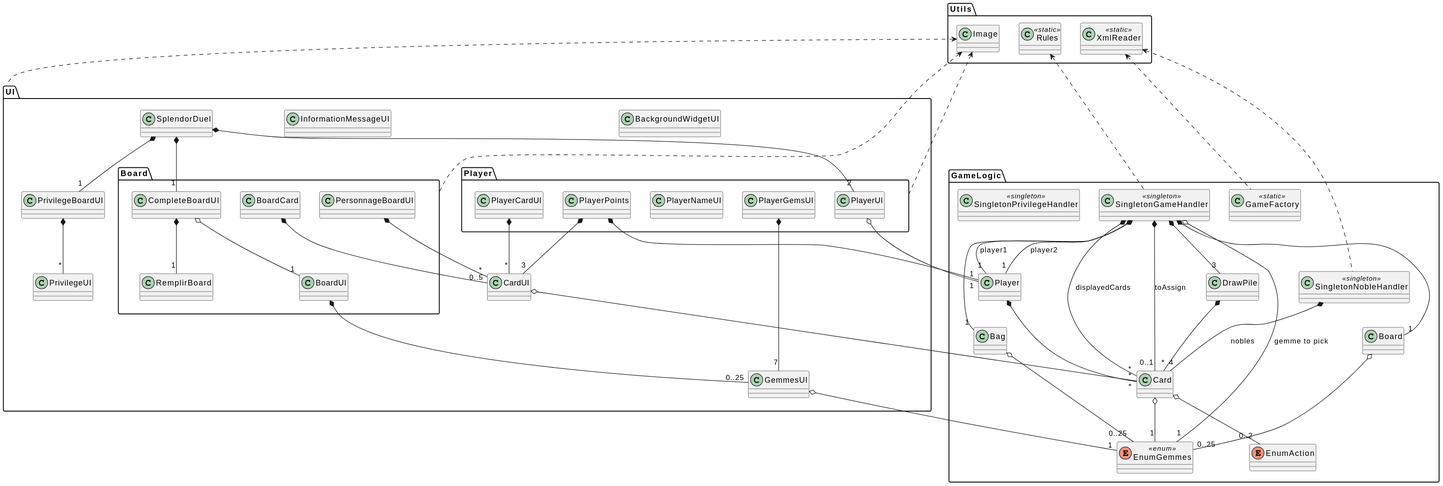
This is mcd.svg from AI22-Splendor/Splendor_DUEL, a PlantUML export, as it was before one commit. The source it was exported from:
```plantuml
@startuml
package "GameLogic" {
    enum EnumAction { }
    class Board { }
    class Bag { }
    class Card { }
    class DrawPile { }
    class GameFactory << static >> { }
    class SingletonGameHandler << singleton >> { }
    enum EnumGemmes << enum >> { }
    class SingletonNobleHandler << singleton >> { }
    class Player { }
    class SingletonPrivilegeHandler << singleton >> { }
}

package "Utils" {
    class Image { }
    class Rules << static >> { }
    class XmlReader << static >> { }
}

package "UI" {
    class BackgroundWidgetUI { }
    class CardUI { }
    class GemmesUI { }
    class InformationMessageUI { }
    class PrivilegeBoardUI { }
    class PrivilegeUI { }
    class SplendorDuel { }

    package "Board" {
        class BoardCard { }
        class BoardUI { }
        class CompleteBoardUI { }
        class PersonnageBoardUI { }
        class RemplirBoard { }
    }

    package "Player" {
        class PlayerCardUI { }
        class PlayerGemsUI { }
        class PlayerNameUI { }
        class PlayerPoints { }
        class PlayerUI { }
    }
}

Bag o-- "0..25" EnumGemmes

GameLogic.Board o-- "0..25" EnumGemmes

Card o-- "1" EnumGemmes
Card o-- "0..2" EnumAction

DrawPile *-- "*" Card

SingletonGameHandler *-- "1" Bag
SingletonGameHandler *-- "1" GameLogic.Board
SingletonGameHandler *-- "3" DrawPile
SingletonGameHandler *-- "*" Card : displayedCards
SingletonGameHandler *-- "0..1" Card : toAssign
SingletonGameHandler *-- "1" GameLogic.Player : player1
SingletonGameHandler *-- "1" GameLogic.Player : player2
SingletonGameHandler o-- "1" EnumGemmes : gemme to pick

SingletonNobleHandler *-- "4" Card : nobles

GameLogic.Player *-- "*" Card

CardUI o-- "*" Card

GemmesUI o-- "1" EnumGemmes

PrivilegeBoardUI *-- "*" PrivilegeUI

SplendorDuel *-- "1" CompleteBoardUI
SplendorDuel *-- "2" PlayerUI
SplendorDuel *-- "1" PrivilegeBoardUI

BoardCard *-- "0..5" CardUI

BoardUI *-- "0..25" GemmesUI

CompleteBoardUI o-- "1" BoardUI
CompleteBoardUI *-- "1" RemplirBoard

PersonnageBoardUI *-- "*" CardUI

PlayerCardUI *-- "*" CardUI

PlayerGemsUI *-- "7" GemmesUI

PlayerPoints *-- "3" CardUI
PlayerPoints *-- "1" GameLogic.Player

PlayerUI o-- "1" GameLogic.Player

Image <.. UI
Image <.. UI.Board
Image <.. UI.Player

Rules <.. SingletonGameHandler

XmlReader <.. SingletonNobleHandler
XmlReader <.. GameFactory
@enduml
```
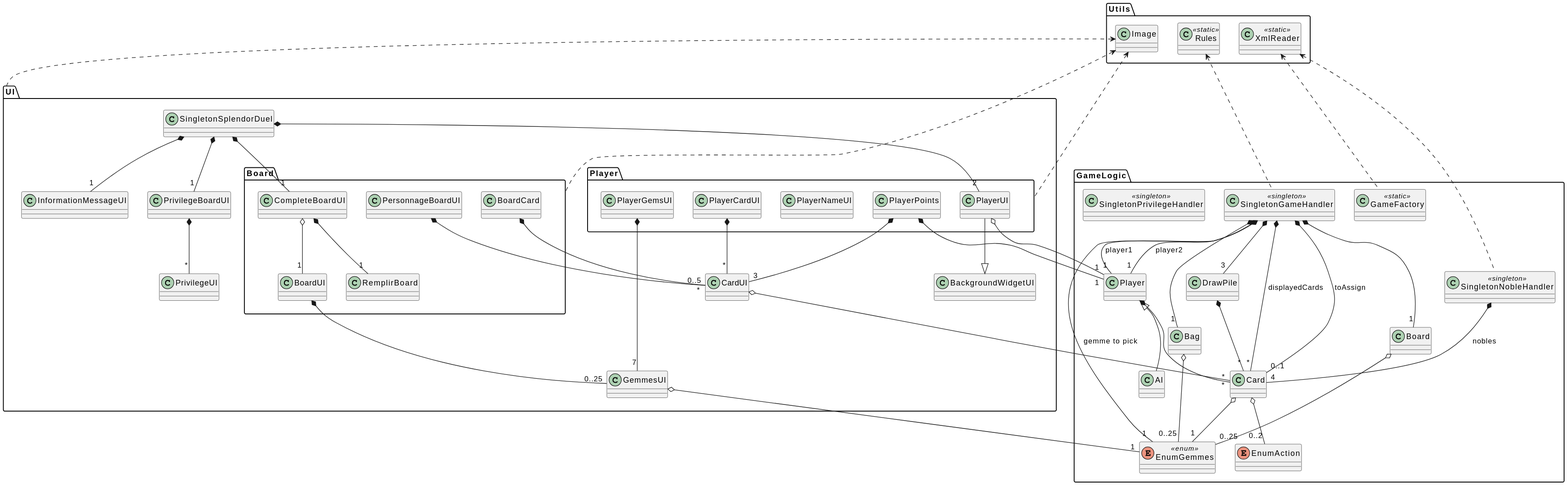
After the change.

Change to the diagram source:
```diff
@@ -10,6 +10,7 @@
     enum EnumGemmes << enum >> { }
     class SingletonNobleHandler << singleton >> { }
     class Player { }
+    class AI { }
     class SingletonPrivilegeHandler << singleton >> { }
 }
 
@@ -26,7 +27,7 @@
     class InformationMessageUI { }
     class PrivilegeBoardUI { }
     class PrivilegeUI { }
-    class SplendorDuel { }
+    class SingletonSplendorDuel { }
 
     package "Board" {
         class BoardCard { }
@@ -63,6 +64,8 @@
 SingletonGameHandler *-- "1" GameLogic.Player : player2
 SingletonGameHandler o-- "1" EnumGemmes : gemme to pick
 
+GameLogic.Player <|-- AI
+
 SingletonNobleHandler *-- "4" Card : nobles
 
 GameLogic.Player *-- "*" Card
@@ -73,9 +76,10 @@
 
 PrivilegeBoardUI *-- "*" PrivilegeUI
 
-SplendorDuel *-- "1" CompleteBoardUI
-SplendorDuel *-- "2" PlayerUI
-SplendorDuel *-- "1" PrivilegeBoardUI
+SingletonSplendorDuel *-- "1" CompleteBoardUI
+SingletonSplendorDuel *-- "2" PlayerUI
+SingletonSplendorDuel *-- "1" PrivilegeBoardUI
+SingletonSplendorDuel *-- "1" InformationMessageUI
 
 BoardCard *-- "0..5" CardUI
 
@@ -94,6 +98,7 @@
 PlayerPoints *-- "1" GameLogic.Player
 
 PlayerUI o-- "1" GameLogic.Player
+PlayerUI --|> BackgroundWidgetUI
 
 Image <.. UI
 Image <.. UI.Board
```
